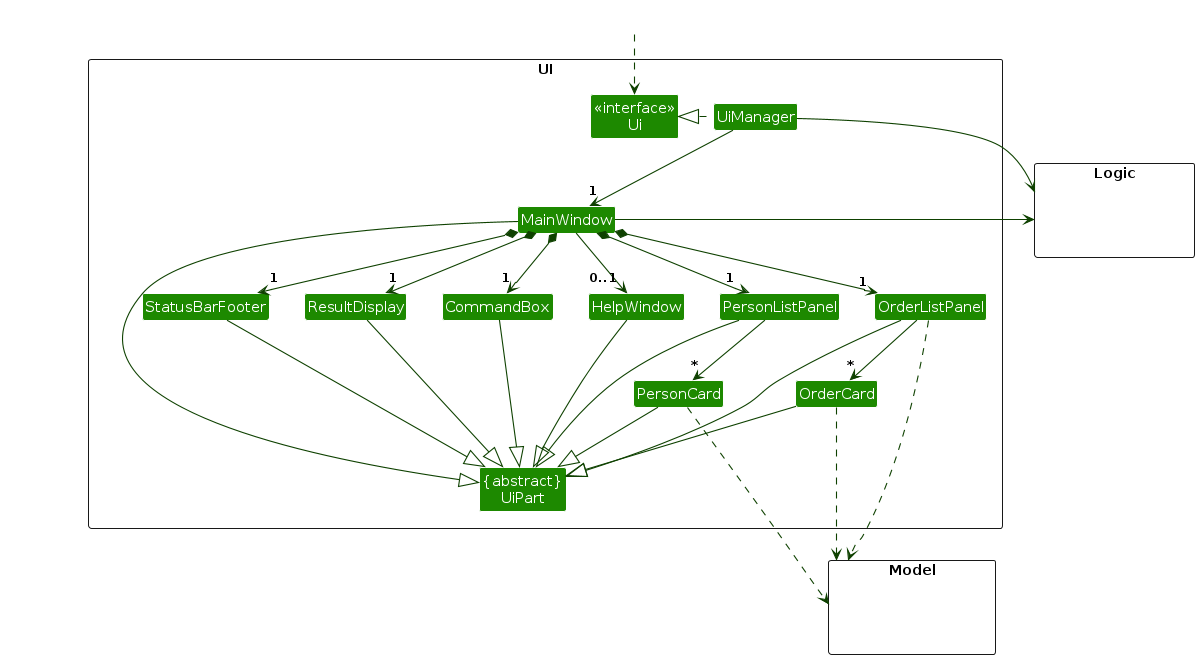
Above: diagrams/UiClassDiagram.png in FooChao/tp (PlantUML), before the change. Its source is kept beside it as diagrams/UiClassDiagram.puml. Its diagram source:
```plantuml
@startuml
!include style.puml
skinparam arrowThickness 1.1
skinparam arrowColor UI_COLOR_T4
skinparam classBackgroundColor UI_COLOR

package UI <<Rectangle>>{
Class "<<interface>>\nUi" as Ui
Class "{abstract}\nUiPart" as UiPart
Class UiManager
Class MainWindow
Class HelpWindow
Class ResultDisplay
Class PersonListPanel
Class PersonCard
Class StatusBarFooter
Class CommandBox
Class OrderListPanel
Class OrderCard
}

package Model <<Rectangle>> {
Class HiddenModel #FFFFFF
}

package Logic <<Rectangle>> {
Class HiddenLogic #FFFFFF
}

Class HiddenOutside #FFFFFF
HiddenOutside ..> Ui

UiManager .left.|> Ui
UiManager -down-> "1" MainWindow
MainWindow *-down->  "1" CommandBox
MainWindow *-down-> "1" ResultDisplay
MainWindow *-down-> "1" PersonListPanel
MainWindow *-down-> "1" StatusBarFooter
MainWindow --> "0..1" HelpWindow
MainWindow *-down-> "1" OrderListPanel

PersonListPanel -down-> "*" PersonCard
OrderListPanel -down-> "*" OrderCard

MainWindow -left-|> UiPart

ResultDisplay --|> UiPart
CommandBox --|> UiPart
PersonListPanel --|> UiPart
PersonCard --|> UiPart
StatusBarFooter --|> UiPart
HelpWindow --|> UiPart
OrderListPanel -|> UiPart
OrderCard --|> UiPart

OrderListPanel ...> Model
PersonCard ...> Model
OrderCard ...> Model

UiManager -right-> Logic
MainWindow -left-> Logic

PersonListPanel -[hidden]left- HelpWindow
HelpWindow -[hidden]left- CommandBox
CommandBox -[hidden]left- ResultDisplay
ResultDisplay -[hidden]left- StatusBarFooter

MainWindow -[hidden]-|> UiPart
@enduml
```
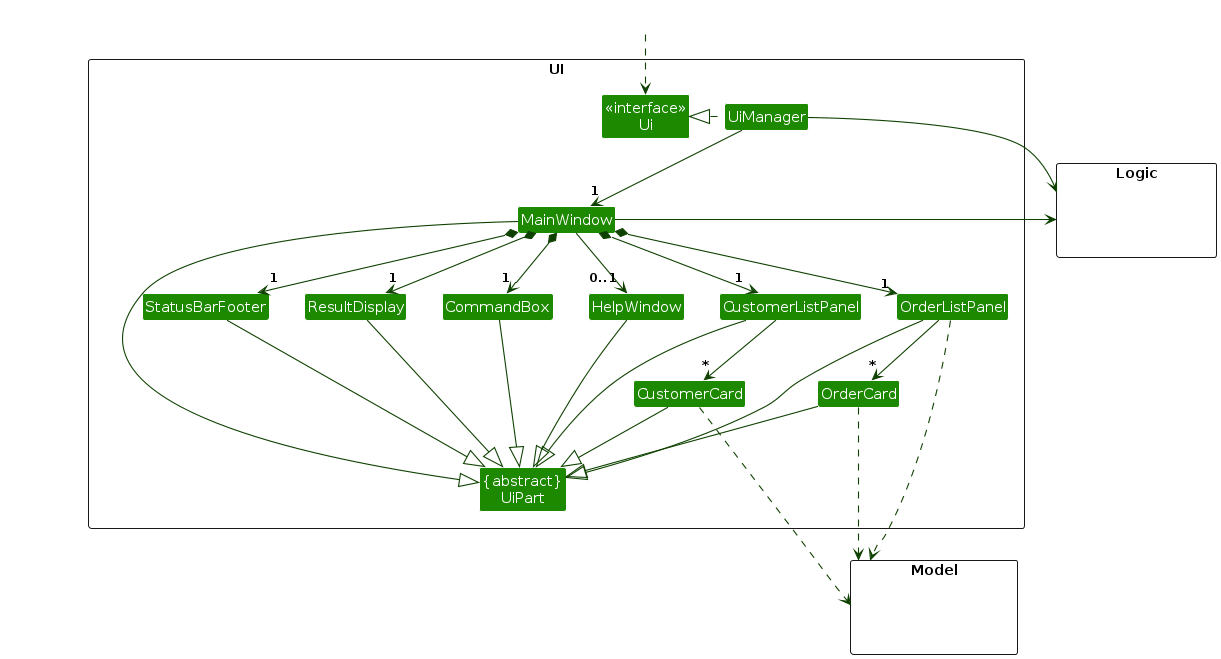
After the commit.

Diff of the diagram source:
```diff
@@ -11,8 +11,8 @@
 Class MainWindow
 Class HelpWindow
 Class ResultDisplay
-Class PersonListPanel
-Class PersonCard
+Class CustomerListPanel
+Class CustomerCard
 Class StatusBarFooter
 Class CommandBox
 Class OrderListPanel
@@ -34,33 +34,33 @@
 UiManager -down-> "1" MainWindow
 MainWindow *-down->  "1" CommandBox
 MainWindow *-down-> "1" ResultDisplay
-MainWindow *-down-> "1" PersonListPanel
+MainWindow *-down-> "1" CustomerListPanel
 MainWindow *-down-> "1" StatusBarFooter
 MainWindow --> "0..1" HelpWindow
 MainWindow *-down-> "1" OrderListPanel
 
-PersonListPanel -down-> "*" PersonCard
+CustomerListPanel -down-> "*" CustomerCard
 OrderListPanel -down-> "*" OrderCard
 
 MainWindow -left-|> UiPart
 
 ResultDisplay --|> UiPart
 CommandBox --|> UiPart
-PersonListPanel --|> UiPart
-PersonCard --|> UiPart
+CustomerListPanel --|> UiPart
+CustomerCard --|> UiPart
 StatusBarFooter --|> UiPart
 HelpWindow --|> UiPart
 OrderListPanel -|> UiPart
 OrderCard --|> UiPart
 
 OrderListPanel ...> Model
-PersonCard ...> Model
+CustomerCard ...> Model
 OrderCard ...> Model
 
 UiManager -right-> Logic
 MainWindow -left-> Logic
 
-PersonListPanel -[hidden]left- HelpWindow
+CustomerListPanel -[hidden]left- HelpWindow
 HelpWindow -[hidden]left- CommandBox
 CommandBox -[hidden]left- ResultDisplay
 ResultDisplay -[hidden]left- StatusBarFooter
```
